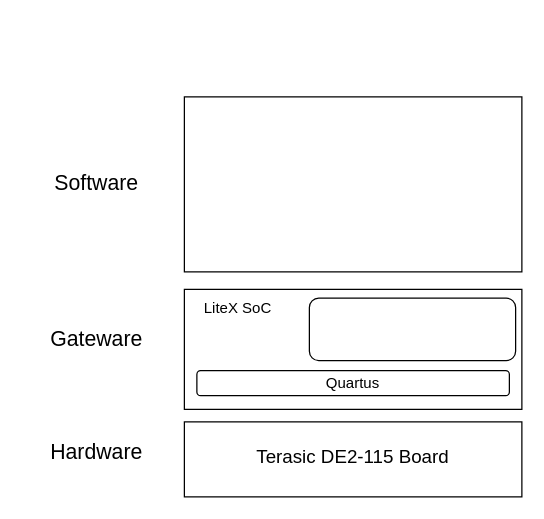
Above: rnd-project.drawio in yting27/drawio-examples (draw.io), before the change. Source tidied: cells renumbered, new cells numbered last; positions are measured from the earlier drawing's top-left corner, leaving out a move shared by most shapes. Both pictures are drawn from the tidied source at 125%, with x=0, y=0 at pixel (21, 96).
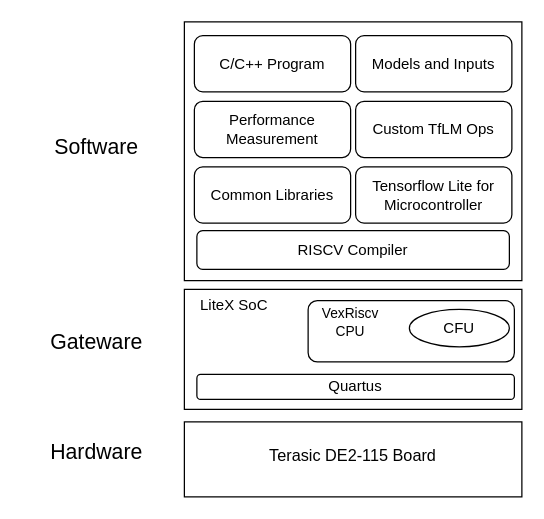
The same page after the edit.

The edit, as a diff of the source:
```diff
@@
 <mxGraphModel>
   <root>
     <mxCell id="0" />
     <mxCell id="1" parent="0" />
     <mxCell id="2" style="rounded=0;whiteSpace=wrap;html=1;" parent="1" vertex="1">
-      <mxGeometry x="130" width="270" height="140" as="geometry" />
+      <mxGeometry x="130" y="-60" width="270" height="207" as="geometry" />
     </mxCell>
     <mxCell id="3" style="rounded=0;whiteSpace=wrap;html=1;" parent="1" vertex="1">
       <mxGeometry x="130" y="154" width="270" height="96" as="geometry" />
     </mxCell>
-    <mxCell id="4" value="&lt;sup&gt;&lt;font style=&quot;font-size: 15px;&quot;&gt;Terasic DE2-115 Board&lt;/font&gt;&lt;/sup&gt;" style="rounded=0;whiteSpace=wrap;html=1;" parent="1" vertex="1">
+    <mxCell id="4" value="&lt;sup&gt;&lt;font style=&quot;font-size: 13px;&quot;&gt;Terasic DE2-115 Board&lt;/font&gt;&lt;/sup&gt;" style="rounded=0;whiteSpace=wrap;html=1;" parent="1" vertex="1">
       <mxGeometry x="130" y="260" width="270" height="60" as="geometry" />
     </mxCell>
     <mxCell id="5" value="&lt;font style=&quot;font-size: 17px;&quot;&gt;Software&lt;/font&gt;" style="text;html=1;strokeColor=none;fillColor=none;align=center;verticalAlign=middle;whiteSpace=wrap;rounded=0;" parent="1" vertex="1">
-      <mxGeometry y="55" width="120" height="30" as="geometry" />
+      <mxGeometry y="26" width="120" height="30" as="geometry" />
     </mxCell>
     <mxCell id="6" value="&lt;font style=&quot;font-size: 17px;&quot;&gt;Gateware&lt;/font&gt;" style="text;html=1;strokeColor=none;fillColor=none;align=center;verticalAlign=middle;whiteSpace=wrap;rounded=0;" parent="1" vertex="1">
-      <mxGeometry y="180" width="120" height="30" as="geometry" />
+      <mxGeometry y="182" width="120" height="30" as="geometry" />
     </mxCell>
     <mxCell id="7" value="&lt;font style=&quot;font-size: 17px;&quot;&gt;Hardware&lt;/font&gt;" style="text;html=1;strokeColor=none;fillColor=none;align=center;verticalAlign=middle;whiteSpace=wrap;rounded=0;" parent="1" vertex="1">
       <mxGeometry y="270" width="120" height="30" as="geometry" />
     </mxCell>
     <mxCell id="8" value="LiteX SoC" style="text;html=1;strokeColor=none;fillColor=none;align=center;verticalAlign=middle;whiteSpace=wrap;rounded=0;" parent="1" vertex="1">
-      <mxGeometry x="130" y="154" width="86" height="30" as="geometry" />
+      <mxGeometry x="130" y="154" width="80" height="26" as="geometry" />
     </mxCell>
     <mxCell id="9" style="rounded=1;whiteSpace=wrap;html=1;" parent="1" vertex="1">
-      <mxGeometry x="230" y="161" width="165" height="50" as="geometry" />
+      <mxGeometry x="229" y="163" width="165" height="49" as="geometry" />
     </mxCell>
     <mxCell id="10" value="Quartus" style="rounded=1;whiteSpace=wrap;html=1;" parent="1" vertex="1">
-      <mxGeometry x="140" y="219" width="250" height="20" as="geometry" />
+      <mxGeometry x="140" y="222" width="254" height="20" as="geometry" />
     </mxCell>
+    <mxCell id="11" value="&lt;font style=&quot;font-size: 11px;&quot;&gt;VexRiscv&lt;br&gt;CPU&lt;/font&gt;" style="text;html=1;strokeColor=none;fillColor=none;align=center;verticalAlign=middle;whiteSpace=wrap;rounded=0;" parent="1" vertex="1">
+      <mxGeometry x="223" y="165" width="80" height="30" as="geometry" />
+    </mxCell>
+    <mxCell id="12" value="CFU" style="ellipse;whiteSpace=wrap;html=1;" parent="1" vertex="1">
+      <mxGeometry x="310" y="170" width="80" height="30" as="geometry" />
+    </mxCell>
+    <mxCell id="13" value="C/C++ Program" style="rounded=1;whiteSpace=wrap;html=1;" parent="1" vertex="1">
+      <mxGeometry x="138" y="-49" width="125" height="45" as="geometry" />
+    </mxCell>
+    <mxCell id="14" value="Performance Measurement" style="rounded=1;whiteSpace=wrap;html=1;" parent="1" vertex="1">
+      <mxGeometry x="138" y="3.5" width="125" height="45" as="geometry" />
+    </mxCell>
+    <mxCell id="15" value="Common Libraries" style="rounded=1;whiteSpace=wrap;html=1;" parent="1" vertex="1">
+      <mxGeometry x="138" y="56" width="125" height="45" as="geometry" />
+    </mxCell>
+    <mxCell id="16" value="Tensorflow Lite for Microcontroller" style="rounded=1;whiteSpace=wrap;html=1;" parent="1" vertex="1">
+      <mxGeometry x="267" y="56" width="125" height="45" as="geometry" />
+    </mxCell>
+    <mxCell id="17" value="Custom TfLM Ops" style="rounded=1;whiteSpace=wrap;html=1;" parent="1" vertex="1">
+      <mxGeometry x="267" y="3.5" width="125" height="45" as="geometry" />
+    </mxCell>
+    <mxCell id="18" value="Models and Inputs" style="rounded=1;whiteSpace=wrap;html=1;" parent="1" vertex="1">
+      <mxGeometry x="267" y="-49" width="125" height="45" as="geometry" />
+    </mxCell>
+    <mxCell id="19" value="RISCV Compiler" style="rounded=1;whiteSpace=wrap;html=1;" parent="1" vertex="1">
+      <mxGeometry x="140" y="107" width="250" height="31" as="geometry" />
+    </mxCell>
   </root>
 </mxGraphModel>
```
